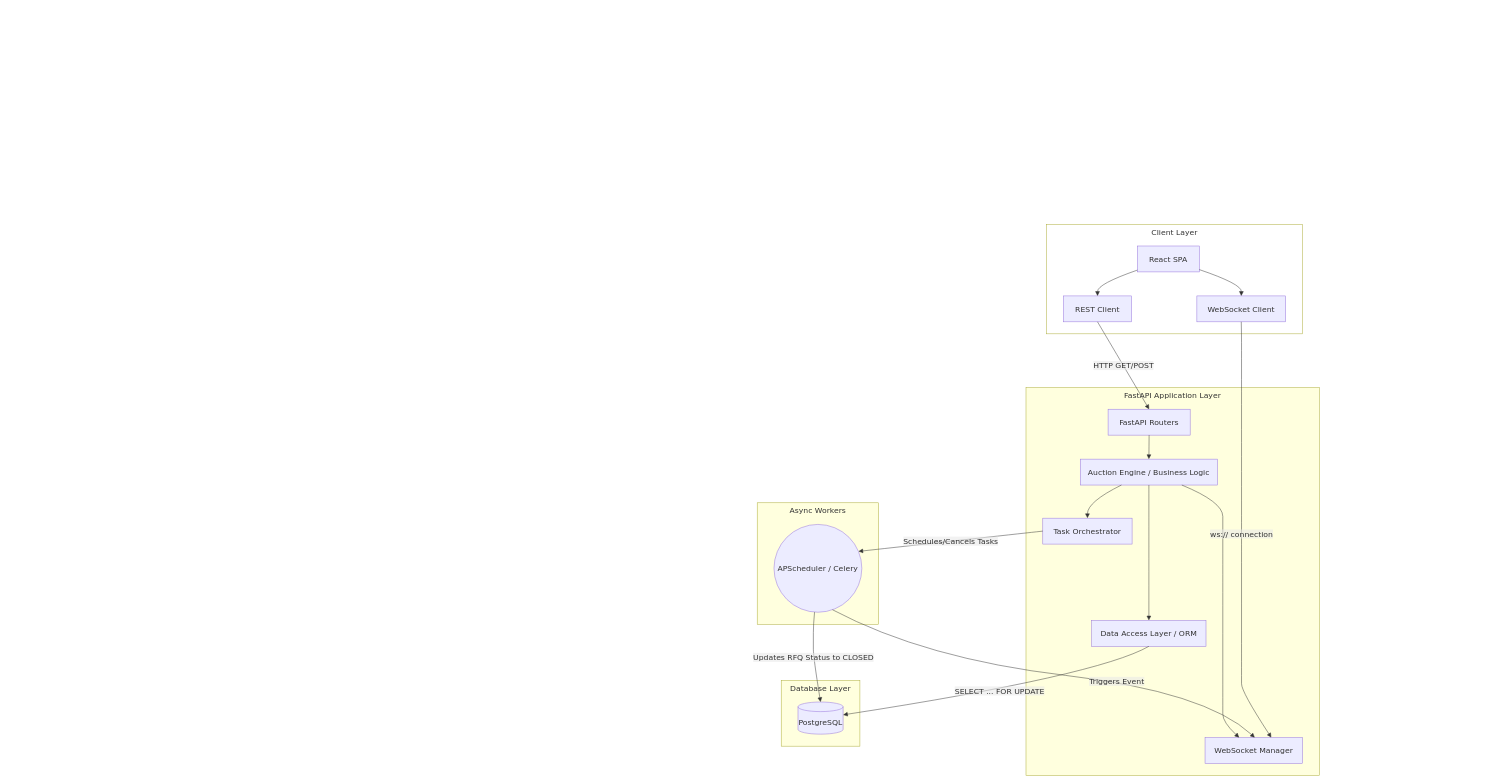
This is page "Page-1" (1 of 2) of Untitled Diagram.drawio from AviBapatu/BritishRFQ, a draw.io file, before an edit. Source tidied: cells renumbered, new cells numbered last; positions are measured from the earlier drawing's top-left corner, leaving out a move shared by most shapes. Both pictures are drawn from the tidied source at 48%, with x=0, y=0 at pixel (8, 8).
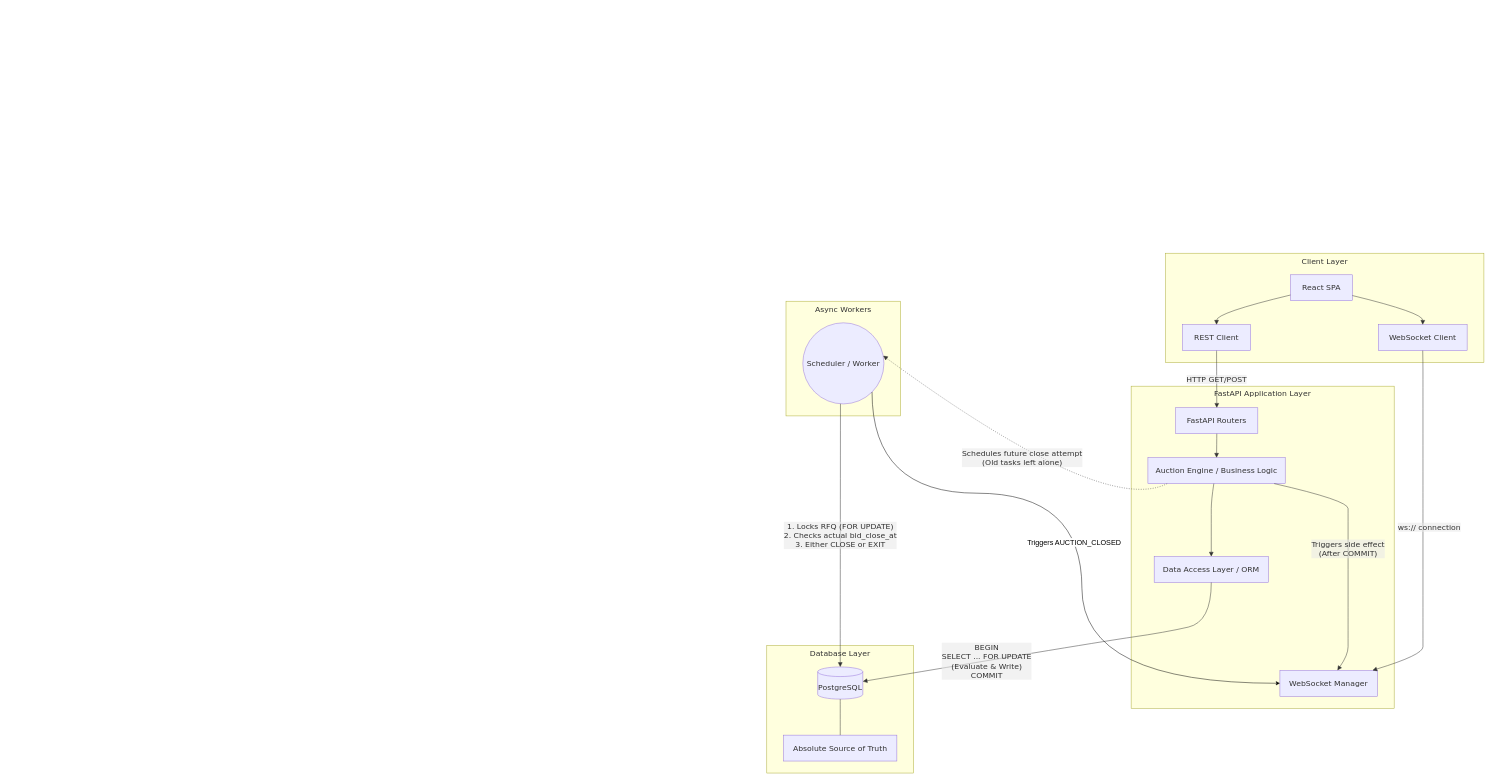
After the change.

The change refers to these unchanged cells:
```xml
<mxCell id="2" style="group;transparentBounds=1;editIcon=1;lockedGroup=0;groupPadding=10;" parent="1" vertex="1">
  <mxGeometry as="geometry" />
</mxCell>
<mxCell id="5" value="REST Client" style="html=1;whiteSpace=wrap;strokeWidth=1;fillColor=light-dark(#ECECFF,#1f2020);strokeColor=light-dark(#9370DB,#cccccc);fontColor=light-dark(#333333,#cccccc);fontFamily=Trebuchet MS,Verdana,Arial,sans-serif;fontSize=16;" parent="3" vertex="1">
  <mxGeometry x="35" y="149" width="142" height="54" as="geometry" />
</mxCell>
```

Diff of the diagram source:
```diff
@@
-    <mxCell id="3" value="Client Layer" style="html=1;whiteSpace=wrap;strokeWidth=1;verticalAlign=top;fillColor=default;strokeColor=light-dark(#aaaa33,#cccccc);fontColor=light-dark(#333333,#cccccc);fontFamily=Trebuchet MS,Verdana,Arial,sans-serif;fontSize=16;" parent="2" vertex="1">
-      <mxGeometry x="2163" y="450" width="533" height="228" as="geometry" />
+    <mxCell id="3" value="Client Layer" style="html=1;whiteSpace=wrap;strokeWidth=1;verticalAlign=top;fillColor=light-dark(#ffffde,#1f2020);strokeColor=light-dark(#aaaa33,#cccccc);fontColor=light-dark(#333333,#cccccc);fontFamily=Trebuchet MS,Verdana,Arial,sans-serif;fontSize=16;" parent="2" vertex="1">
+      <mxGeometry x="2411" y="510" width="663" height="228" as="geometry" />
     </mxCell>
     <mxCell id="4" value="React SPA" style="html=1;whiteSpace=wrap;strokeWidth=1;fillColor=light-dark(#ECECFF,#1f2020);strokeColor=light-dark(#9370DB,#cccccc);fontColor=light-dark(#333333,#cccccc);fontFamily=Trebuchet MS,Verdana,Arial,sans-serif;fontSize=16;" parent="3" vertex="1">
-      <mxGeometry x="189" y="45" width="129" height="54" as="geometry" />
+      <mxGeometry x="260" y="45" width="129" height="54" as="geometry" />
     </mxCell>
@@
     <mxCell id="6" value="WebSocket Client" style="html=1;whiteSpace=wrap;strokeWidth=1;fillColor=light-dark(#ECECFF,#1f2020);strokeColor=light-dark(#9370DB,#cccccc);fontColor=light-dark(#333333,#cccccc);fontFamily=Trebuchet MS,Verdana,Arial,sans-serif;fontSize=16;" parent="3" vertex="1">
-      <mxGeometry x="313" y="149" width="185" height="54" as="geometry" />
+      <mxGeometry x="443" y="149" width="185" height="54" as="geometry" />
     </mxCell>
-    <mxCell id="7" style="curved=1;startArrow=none;endArrow=block;endSize=7;strokeColor=light-dark(#333333,#cccccc);exitX=0;exitY=0.93;entryX=0.5;entryY=0;rounded=0;" parent="3" edge="1" source="4" target="5">
+    <mxCell id="7" style="curved=1;startArrow=none;endArrow=block;endSize=7;strokeColor=light-dark(#333333,#cccccc);exitX=0;exitY=0.78;entryX=0.5;entryY=0;rounded=0;" parent="3" edge="1" source="4" target="5">
       <mxGeometry relative="1" as="geometry">
         <Array as="points">
           <mxPoint x="106" y="124" />
         </Array>
       </mxGeometry>
     </mxCell>
-    <mxCell id="8" style="curved=1;startArrow=none;endArrow=block;endSize=7;strokeColor=light-dark(#333333,#cccccc);exitX=1;exitY=0.91;entryX=0.5;entryY=0;rounded=0;" parent="3" edge="1" source="4" target="6">
+    <mxCell id="8" style="curved=1;startArrow=none;endArrow=block;endSize=7;strokeColor=light-dark(#333333,#cccccc);exitX=1;exitY=0.8;entryX=0.5;entryY=0;rounded=0;" parent="3" edge="1" source="4" target="6">
       <mxGeometry relative="1" as="geometry">
         <Array as="points">
-          <mxPoint x="406" y="124" />
+          <mxPoint x="536" y="124" />
         </Array>
       </mxGeometry>
     </mxCell>
     <mxCell id="9" value="FastAPI Application Layer" style="html=1;whiteSpace=wrap;strokeWidth=1;verticalAlign=top;fillColor=light-dark(#ffffde,#1f2020);strokeColor=light-dark(#aaaa33,#cccccc);fontColor=light-dark(#333333,#cccccc);fontFamily=Trebuchet MS,Verdana,Arial,sans-serif;fontSize=16;" parent="2" vertex="1">
-      <mxGeometry x="2120" y="790" width="611" height="808" as="geometry" />
+      <mxGeometry x="2339" y="787" width="548" height="671" as="geometry" />
     </mxCell>
     <mxCell id="10" value="FastAPI Routers" style="html=1;whiteSpace=wrap;strokeWidth=1;fillColor=light-dark(#ECECFF,#1f2020);strokeColor=light-dark(#9370DB,#cccccc);fontColor=light-dark(#333333,#cccccc);fontFamily=Trebuchet MS,Verdana,Arial,sans-serif;fontSize=16;" parent="9" vertex="1">
-      <mxGeometry x="171" y="45" width="171" height="54" as="geometry" />
+      <mxGeometry x="93" y="45" width="171" height="54" as="geometry" />
     </mxCell>
     <mxCell id="11" value="WebSocket Manager" style="html=1;whiteSpace=wrap;strokeWidth=1;fillColor=light-dark(#ECECFF,#1f2020);strokeColor=light-dark(#9370DB,#cccccc);fontColor=light-dark(#333333,#cccccc);fontFamily=Trebuchet MS,Verdana,Arial,sans-serif;fontSize=16;" parent="9" vertex="1">
-      <mxGeometry x="373" y="729" width="203" height="54" as="geometry" />
+      <mxGeometry x="310" y="592" width="203" height="54" as="geometry" />
     </mxCell>
     <mxCell id="12" value="Auction Engine / Business Logic" style="html=1;whiteSpace=wrap;strokeWidth=1;fillColor=light-dark(#ECECFF,#1f2020);strokeColor=light-dark(#9370DB,#cccccc);fontColor=light-dark(#333333,#cccccc);fontFamily=Trebuchet MS,Verdana,Arial,sans-serif;fontSize=16;" parent="9" vertex="1">
-      <mxGeometry x="113" y="149" width="286" height="54" as="geometry" />
+      <mxGeometry x="35" y="149" width="286" height="54" as="geometry" />
     </mxCell>
-    <mxCell id="13" value="Task Orchestrator" style="html=1;whiteSpace=wrap;strokeWidth=1;fillColor=light-dark(#ECECFF,#1f2020);strokeColor=light-dark(#9370DB,#cccccc);fontColor=light-dark(#333333,#cccccc);fontFamily=Trebuchet MS,Verdana,Arial,sans-serif;fontSize=16;" parent="9" vertex="1">
-      <mxGeometry x="35" y="272" width="186" height="54" as="geometry" />
-    </mxCell>
     <mxCell id="14" value="Data Access Layer / ORM" style="html=1;whiteSpace=wrap;strokeWidth=1;fillColor=light-dark(#ECECFF,#1f2020);strokeColor=light-dark(#9370DB,#cccccc);fontColor=light-dark(#333333,#cccccc);fontFamily=Trebuchet MS,Verdana,Arial,sans-serif;fontSize=16;" parent="9" vertex="1">
-      <mxGeometry x="137" y="485" width="238" height="54" as="geometry" />
+      <mxGeometry x="48" y="355" width="238" height="54" as="geometry" />
     </mxCell>
@@
-    <mxCell id="16" style="curved=1;startArrow=none;endArrow=block;endSize=7;strokeColor=light-dark(#333333,#cccccc);exitX=0.5;exitY=1;entryX=0.5;entryY=0;rounded=0;" parent="9" edge="1" source="12" target="14">
-      <mxGeometry relative="1" as="geometry" />
+    <mxCell id="16" style="curved=1;startArrow=none;endArrow=block;endSize=7;strokeColor=light-dark(#333333,#cccccc);exitX=0.48;exitY=1;entryX=0.5;entryY=0;rounded=0;" parent="9" edge="1" source="12" target="14">
+      <mxGeometry relative="1" as="geometry">
+        <Array as="points">
+          <mxPoint x="167" y="238" />
+          <mxPoint x="167" y="272" />
+        </Array>
+      </mxGeometry>
     </mxCell>
-    <mxCell id="17" style="curved=1;startArrow=none;endArrow=block;endSize=7;strokeColor=light-dark(#333333,#cccccc);exitX=0.3;exitY=1;entryX=0.5;entryY=0;rounded=0;" parent="9" edge="1" source="12" target="13">
-      <mxGeometry relative="1" as="geometry">
-        <Array as="points">
-          <mxPoint x="128" y="238" />
-        </Array>
-      </mxGeometry>
-    </mxCell>
-    <mxCell id="18" style="curved=1;startArrow=none;endArrow=block;endSize=7;strokeColor=light-dark(#333333,#cccccc);exitX=0.74;exitY=1;entryX=0.35;entryY=0;rounded=0;" parent="9" edge="1" source="12" target="11">
+    <mxCell id="18" value="Triggers side effect&#10;(After COMMIT)" style="curved=1;startArrow=none;endArrow=block;endSize=7;strokeColor=light-dark(#333333,#cccccc);html=1;fontSize=16;labelBackgroundColor=light-dark(#E8E8E88D,#2a2a2a8D);fontFamily=Trebuchet MS,Verdana,Arial,sans-serif;fontColor=light-dark(#333333,#cccccc);exitX=0.92;exitY=1;entryX=0.59;entryY=0;rounded=0;" parent="9" edge="1" source="12" target="11">
       <mxGeometry relative="1" as="geometry">
         <Array as="points">
-          <mxPoint x="410" y="238" />
-          <mxPoint x="410" y="299" />
-          <mxPoint x="410" y="361" />
-          <mxPoint x="410" y="395" />
-          <mxPoint x="410" y="512" />
-          <mxPoint x="410" y="628" />
-          <mxPoint x="410" y="663" />
-          <mxPoint x="410" y="697" />
+          <mxPoint x="452" y="238" />
+          <mxPoint x="452" y="272" />
+          <mxPoint x="452" y="382" />
+          <mxPoint x="452" y="491" />
+          <mxPoint x="452" y="526" />
+          <mxPoint x="452" y="560" />
         </Array>
       </mxGeometry>
     </mxCell>
     <mxCell id="19" value="Database Layer" style="html=1;whiteSpace=wrap;strokeWidth=1;verticalAlign=top;fillColor=light-dark(#ffffde,#1f2020);strokeColor=light-dark(#aaaa33,#cccccc);fontColor=light-dark(#333333,#cccccc);fontFamily=Trebuchet MS,Verdana,Arial,sans-serif;fontSize=16;" parent="2" vertex="1">
-      <mxGeometry x="1610" y="1400" width="164" height="137" as="geometry" />
+      <mxGeometry x="1580" y="1327" width="306" height="266" as="geometry" />
     </mxCell>
     <mxCell id="20" value="PostgreSQL" style="html=1;shape=cylinder3;boundedLbl=1;backgroundOutline=1;size=10;strokeWidth=1;whiteSpace=wrap;fillColor=light-dark(#ECECFF,#1f2020);strokeColor=light-dark(#9370DB,#cccccc);fontColor=light-dark(#333333,#cccccc);fontFamily=Trebuchet MS,Verdana,Arial,sans-serif;fontSize=16;" parent="19" vertex="1">
-      <mxGeometry x="35" y="45" width="94" height="67" as="geometry" />
+      <mxGeometry x="106" y="45" width="94" height="67" as="geometry" />
     </mxCell>
+    <mxCell id="29" value="Absolute Source of Truth" style="html=1;whiteSpace=wrap;strokeWidth=1;fillColor=light-dark(#ECECFF,#1f2020);strokeColor=light-dark(#9370DB,#cccccc);fontColor=light-dark(#333333,#cccccc);fontFamily=Trebuchet MS,Verdana,Arial,sans-serif;fontSize=16;" parent="19" vertex="1">
+      <mxGeometry x="35" y="187" width="236" height="54" as="geometry" />
+    </mxCell>
+    <mxCell id="30" style="curved=1;startArrow=none;endArrow=none;strokeColor=light-dark(#333333,#cccccc);exitX=0.5;exitY=1;entryX=0.5;entryY=0;rounded=0;" parent="19" edge="1" source="20" target="29">
+      <mxGeometry relative="1" as="geometry" />
+    </mxCell>
     <mxCell id="21" value="Async Workers" style="html=1;whiteSpace=wrap;strokeWidth=1;verticalAlign=top;fillColor=light-dark(#ffffde,#1f2020);strokeColor=light-dark(#aaaa33,#cccccc);fontColor=light-dark(#333333,#cccccc);fontFamily=Trebuchet MS,Verdana,Arial,sans-serif;fontSize=16;" parent="2" vertex="1">
-      <mxGeometry x="1560" y="1030" width="253" height="253" as="geometry" />
+      <mxGeometry x="1620" y="610" width="239" height="239" as="geometry" />
     </mxCell>
-    <mxCell id="22" value="APScheduler / Celery" style="ellipse;html=1;strokeWidth=1;whiteSpace=wrap;fillColor=light-dark(#ECECFF,#1f2020);strokeColor=light-dark(#9370DB,#cccccc);fontColor=light-dark(#333333,#cccccc);fontFamily=Trebuchet MS,Verdana,Arial,sans-serif;fontSize=16;" parent="21" vertex="1">
-      <mxGeometry x="35" y="45" width="183" height="183" as="geometry" />
-    </mxCell>
+    <mxCell id="31" value="Scheduler / Worker" style="ellipse;html=1;strokeWidth=1;whiteSpace=wrap;fillColor=light-dark(#ECECFF,#1f2020);strokeColor=light-dark(#9370DB,#cccccc);fontColor=light-dark(#333333,#cccccc);fontFamily=Trebuchet MS,Verdana,Arial,sans-serif;fontSize=16;" parent="21" vertex="1">
+      <mxGeometry x="35" y="45" width="169" height="169" as="geometry" />
+    </mxCell>
@@
-    <mxCell id="24" value="ws:// connection" style="curved=1;startArrow=none;endArrow=block;endSize=7;strokeColor=light-dark(#333333,#cccccc);html=1;fontSize=16;labelBackgroundColor=light-dark(#E8E8E88D,#2a2a2a8D);fontFamily=Trebuchet MS,Verdana,Arial,sans-serif;fontColor=light-dark(#333333,#cccccc);exitX=0.5;exitY=1;entryX=0.68;entryY=0;rounded=0;" parent="2" edge="1" source="6" target="11">
-      <mxGeometry relative="1" as="geometry">
+    <mxCell id="24" value="ws:// connection" style="curved=1;startArrow=none;endArrow=block;endSize=7;strokeColor=light-dark(#333333,#cccccc);html=1;fontSize=16;labelBackgroundColor=light-dark(#E8E8E88D,#2a2a2a8D);fontFamily=Trebuchet MS,Verdana,Arial,sans-serif;fontColor=light-dark(#333333,#cccccc);exitX=0.5;exitY=1;entryX=0.95;entryY=0;rounded=0;" parent="2" edge="1" source="6" target="11">
+      <mxGeometry x="-0.01" y="13" relative="1" as="geometry">
         <Array as="points">
-          <mxPoint x="2569" y="678" />
-          <mxPoint x="2569" y="713" />
-          <mxPoint x="2569" y="747" />
-          <mxPoint x="2569" y="799" />
-          <mxPoint x="2569" y="851" />
-          <mxPoint x="2569" y="903" />
-          <mxPoint x="2569" y="965" />
-          <mxPoint x="2569" y="1026" />
-          <mxPoint x="2569" y="1088" />
-          <mxPoint x="2569" y="1122" />
-          <mxPoint x="2569" y="1239" />
-          <mxPoint x="2569" y="1355" />
-          <mxPoint x="2569" y="1390" />
-          <mxPoint x="2569" y="1424" />
+          <mxPoint x="2947" y="738" />
+          <mxPoint x="2947" y="773" />
+          <mxPoint x="2947" y="807" />
+          <mxPoint x="2947" y="859" />
+          <mxPoint x="2947" y="911" />
+          <mxPoint x="2947" y="963" />
+          <mxPoint x="2947" y="1025" />
+          <mxPoint x="2947" y="1059" />
+          <mxPoint x="2947" y="1169" />
+          <mxPoint x="2947" y="1278" />
+          <mxPoint x="2947" y="1313" />
+          <mxPoint x="2947" y="1347" />
         </Array>
       </mxGeometry>
     </mxCell>
-    <mxCell id="25" value="SELECT ... FOR UPDATE" style="curved=1;startArrow=none;endArrow=block;endSize=7;strokeColor=light-dark(#333333,#cccccc);html=1;fontSize=16;labelBackgroundColor=light-dark(#E8E8E88D,#2a2a2a8D);fontFamily=Trebuchet MS,Verdana,Arial,sans-serif;fontColor=light-dark(#333333,#cccccc);exitX=0.5;exitY=1;entryX=1;entryY=0.4;rounded=0;" parent="2" edge="1" source="14" target="20">
-      <mxGeometry relative="1" as="geometry">
+    <mxCell id="25" value="BEGIN&#10;SELECT ... FOR UPDATE&#10;(Evaluate &amp; Write)&#10;COMMIT" style="curved=1;startArrow=none;endArrow=block;endSize=7;strokeColor=light-dark(#333333,#cccccc);html=1;fontSize=16;labelBackgroundColor=light-dark(#E8E8E88D,#2a2a2a8D);fontFamily=Trebuchet MS,Verdana,Arial,sans-serif;fontColor=light-dark(#333333,#cccccc);exitX=0.5;exitY=1;entryX=1;entryY=0.45;rounded=0;" parent="2" edge="1" source="14" target="20">
+      <mxGeometry x="0.36" y="1" relative="1" as="geometry">
         <Array as="points">
-          <mxPoint x="2269" y="1390" />
+          <mxPoint x="2506" y="1278" />
+          <mxPoint x="2410" y="1300" />
+          <mxPoint x="2270" y="1320" />
         </Array>
       </mxGeometry>
     </mxCell>
-    <mxCell id="26" value="Schedules/Cancels Tasks" style="curved=1;startArrow=none;endArrow=block;endSize=7;strokeColor=light-dark(#333333,#cccccc);html=1;fontSize=16;labelBackgroundColor=light-dark(#E8E8E88D,#2a2a2a8D);fontFamily=Trebuchet MS,Verdana,Arial,sans-serif;fontColor=light-dark(#333333,#cccccc);exitX=0;exitY=0.5;entryX=1;entryY=0.29;rounded=0;exitDx=0;exitDy=0;" parent="2" edge="1" source="13" target="22">
-      <mxGeometry relative="1" as="geometry" />
-    </mxCell>
-    <mxCell id="27" value="Updates RFQ Status to CLOSED" style="curved=1;startArrow=none;endArrow=block;endSize=7;strokeColor=light-dark(#333333,#cccccc);html=1;fontSize=16;labelBackgroundColor=light-dark(#E8E8E88D,#2a2a2a8D);fontFamily=Trebuchet MS,Verdana,Arial,sans-serif;fontColor=light-dark(#333333,#cccccc);exitX=0.46;exitY=1;entryX=0.5;entryY=0;rounded=0;" parent="2" edge="1" source="22" target="20">
-      <mxGeometry relative="1" as="geometry">
-        <Array as="points">
-          <mxPoint x="1677" y="1283" />
-          <mxPoint x="1677" y="1318" />
-          <mxPoint x="1677" y="1352" />
-        </Array>
-      </mxGeometry>
-    </mxCell>
-    <mxCell id="28" value="Triggers Event" style="curved=1;startArrow=none;endArrow=block;endSize=7;strokeColor=light-dark(#333333,#cccccc);html=1;fontSize=16;labelBackgroundColor=light-dark(#E8E8E88D,#2a2a2a8D);fontFamily=Trebuchet MS,Verdana,Arial,sans-serif;fontColor=light-dark(#333333,#cccccc);exitX=0.68;exitY=1;entryX=0.51;entryY=0;rounded=0;" parent="2" edge="1" source="22" target="11">
-      <mxGeometry x="0.31" relative="1" as="geometry">
-        <Array as="points">
-          <mxPoint x="1910" y="1355" />
-          <mxPoint x="2494" y="1424" />
-        </Array>
-      </mxGeometry>
-    </mxCell>
+    <mxCell id="32" value="Schedules future close attempt&#10;(Old tasks left alone)" style="curved=1;dashed=1;dashPattern=2 3;fixDash=1;startArrow=none;endArrow=block;endSize=7;strokeColor=light-dark(#333333,#cccccc);html=1;fontSize=16;labelBackgroundColor=light-dark(#E8E8E88D,#2a2a2a8D);fontFamily=Trebuchet MS,Verdana,Arial,sans-serif;fontColor=light-dark(#333333,#cccccc);exitX=0.14;exitY=1;entryX=1;entryY=0.4;rounded=0;" parent="2" edge="1" source="12" target="31">
+      <mxGeometry relative="1" as="geometry">
+        <Array as="points">
+          <mxPoint x="2281" y="1059" />
+        </Array>
+      </mxGeometry>
+    </mxCell>
+    <mxCell id="33" value="1. Locks RFQ (FOR UPDATE)&#10;2. Checks actual bid_close_at&#10;3. Either CLOSE or EXIT" style="curved=1;startArrow=none;endArrow=block;endSize=7;strokeColor=light-dark(#333333,#cccccc);html=1;fontSize=16;labelBackgroundColor=light-dark(#E8E8E88D,#2a2a2a8D);fontFamily=Trebuchet MS,Verdana,Arial,sans-serif;fontColor=light-dark(#333333,#cccccc);exitX=0.46;exitY=1;entryX=0.5;entryY=0;rounded=0;" parent="2" edge="1" source="31" target="20">
+      <mxGeometry relative="1" as="geometry">
+        <Array as="points">
+          <mxPoint x="1733" y="1278" />
+          <mxPoint x="1733" y="1313" />
+          <mxPoint x="1733" y="1347" />
+        </Array>
+      </mxGeometry>
+    </mxCell>
+    <mxCell id="34" style="edgeStyle=orthogonalEdgeStyle;rounded=0;jettySize=auto;html=1;exitX=1;exitY=1;exitDx=0;exitDy=0;entryX=0;entryY=0.5;entryDx=0;entryDy=0;curved=1;" parent="2" edge="1" source="31" target="11">
+      <mxGeometry relative="1" as="geometry">
+        <Array as="points">
+          <mxPoint x="1799.3" y="1010" />
+          <mxPoint x="2236.5" y="1010" />
+          <mxPoint x="2236.5" y="1406" />
+        </Array>
+      </mxGeometry>
+    </mxCell>
+    <mxCell id="35" value="&lt;font style=&quot;font-size: 15px;&quot;&gt;Triggers AUCTION_CLOSED&lt;/font&gt;" style="edgeLabel;html=1;align=center;verticalAlign=middle;" parent="34" vertex="1">
+      <mxGeometry x="0.03" y="-17" relative="1" as="geometry">
+        <mxPoint y="-1" as="offset" />
+      </mxGeometry>
+    </mxCell>
```
